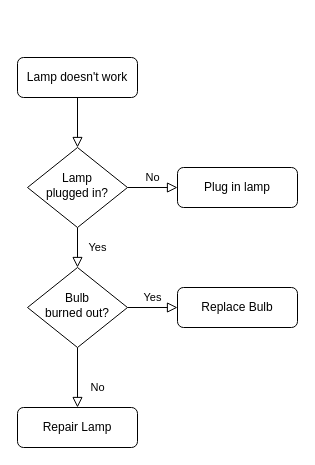
The draw.io diagram 未命名绘图.drawio in Qian-kj/home, before the edit. Source tidied: cells renumbered, new cells numbered last; positions are measured from the earlier drawing's top-left corner, leaving out a move shared by most shapes. Both pictures are drawn from the tidied source at 100%, with x=0, y=0 at pixel (17, 57).
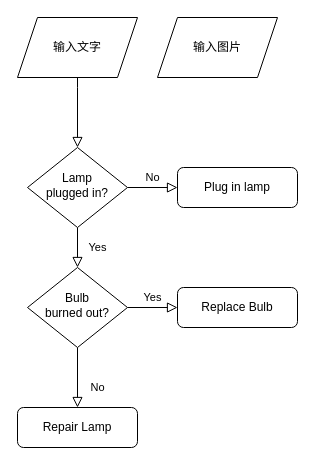
The same page after the edit.

Change to the diagram source:
```diff
@@
 <mxGraphModel>
   <root>
     <mxCell id="0" />
     <mxCell id="1" parent="0" />
-    <mxCell id="2" style="rounded=0;html=1;jettySize=auto;fontSize=11;endArrow=block;endFill=0;endSize=8;strokeWidth=1;shadow=0;labelBackgroundColor=none;edgeStyle=orthogonalEdgeStyle;" parent="1" edge="1" source="3" target="6">
-      <mxGeometry relative="1" as="geometry" />
+    <mxCell id="2" style="rounded=0;html=1;jettySize=auto;fontSize=11;endArrow=block;endFill=0;endSize=8;strokeWidth=1;shadow=0;labelBackgroundColor=none;edgeStyle=orthogonalEdgeStyle;exitX=0.5;exitY=1;exitDx=0;exitDy=0;" parent="1" edge="1" source="13" target="6">
+      <mxGeometry relative="1" as="geometry">
+        <Array as="points">
+          <mxPoint x="60" y="30" />
+          <mxPoint x="60" y="30" />
+        </Array>
+      </mxGeometry>
     </mxCell>
-    <mxCell id="3" value="Lamp doesn't work" style="rounded=1;whiteSpace=wrap;html=1;fontSize=12;glass=0;strokeWidth=1;shadow=0;" parent="1" vertex="1">
-      <mxGeometry width="120" height="40" as="geometry" />
-    </mxCell>
     <mxCell id="4" value="Yes" style="rounded=0;html=1;jettySize=auto;fontSize=11;endArrow=block;endFill=0;endSize=8;strokeWidth=1;shadow=0;labelBackgroundColor=none;edgeStyle=orthogonalEdgeStyle;" parent="1" edge="1" source="6" target="10">
       <mxGeometry y="20" relative="1" as="geometry" />
     </mxCell>
     <mxCell id="5" value="No" style="edgeStyle=orthogonalEdgeStyle;rounded=0;html=1;jettySize=auto;fontSize=11;endArrow=block;endFill=0;endSize=8;strokeWidth=1;shadow=0;labelBackgroundColor=none;" parent="1" edge="1" source="6" target="7">
       <mxGeometry y="10" relative="1" as="geometry" />
     </mxCell>
     <mxCell id="6" value="Lamp&lt;br&gt;plugged in?" style="rhombus;whiteSpace=wrap;html=1;shadow=0;fontFamily=Helvetica;fontSize=12;align=center;strokeWidth=1;spacing=6;spacingTop=-4;" parent="1" vertex="1">
       <mxGeometry x="10" y="90" width="100" height="80" as="geometry" />
     </mxCell>
     <mxCell id="7" value="Plug in lamp" style="rounded=1;whiteSpace=wrap;html=1;fontSize=12;glass=0;strokeWidth=1;shadow=0;" parent="1" vertex="1">
       <mxGeometry x="160" y="110" width="120" height="40" as="geometry" />
     </mxCell>
     <mxCell id="8" value="No" style="rounded=0;html=1;jettySize=auto;fontSize=11;endArrow=block;endFill=0;endSize=8;strokeWidth=1;shadow=0;labelBackgroundColor=none;edgeStyle=orthogonalEdgeStyle;" parent="1" edge="1" source="10" target="11">
       <mxGeometry x="0.33" y="20" relative="1" as="geometry" />
     </mxCell>
     <mxCell id="9" value="Yes" style="edgeStyle=orthogonalEdgeStyle;rounded=0;html=1;jettySize=auto;fontSize=11;endArrow=block;endFill=0;endSize=8;strokeWidth=1;shadow=0;labelBackgroundColor=none;" parent="1" edge="1" source="10" target="12">
       <mxGeometry y="10" relative="1" as="geometry" />
     </mxCell>
     <mxCell id="10" value="Bulb&lt;br&gt;burned out?" style="rhombus;whiteSpace=wrap;html=1;shadow=0;fontFamily=Helvetica;fontSize=12;align=center;strokeWidth=1;spacing=6;spacingTop=-4;" parent="1" vertex="1">
       <mxGeometry x="10" y="210" width="100" height="80" as="geometry" />
     </mxCell>
     <mxCell id="11" value="Repair Lamp" style="rounded=1;whiteSpace=wrap;html=1;fontSize=12;glass=0;strokeWidth=1;shadow=0;" parent="1" vertex="1">
       <mxGeometry y="350" width="120" height="40" as="geometry" />
     </mxCell>
     <mxCell id="12" value="Replace Bulb" style="rounded=1;whiteSpace=wrap;html=1;fontSize=12;glass=0;strokeWidth=1;shadow=0;" parent="1" vertex="1">
       <mxGeometry x="160" y="230" width="120" height="40" as="geometry" />
     </mxCell>
+    <mxCell id="13" value="输入文字" style="shape=parallelogram;perimeter=parallelogramPerimeter;whiteSpace=wrap;html=1;fixedSize=1;" parent="1" vertex="1">
+      <mxGeometry y="-40" width="120" height="60" as="geometry" />
+    </mxCell>
+    <mxCell id="14" value="输入图片" style="shape=parallelogram;perimeter=parallelogramPerimeter;whiteSpace=wrap;html=1;fixedSize=1;" parent="1" vertex="1">
+      <mxGeometry x="140" y="-40" width="120" height="60" as="geometry" />
+    </mxCell>
   </root>
 </mxGraphModel>
```
